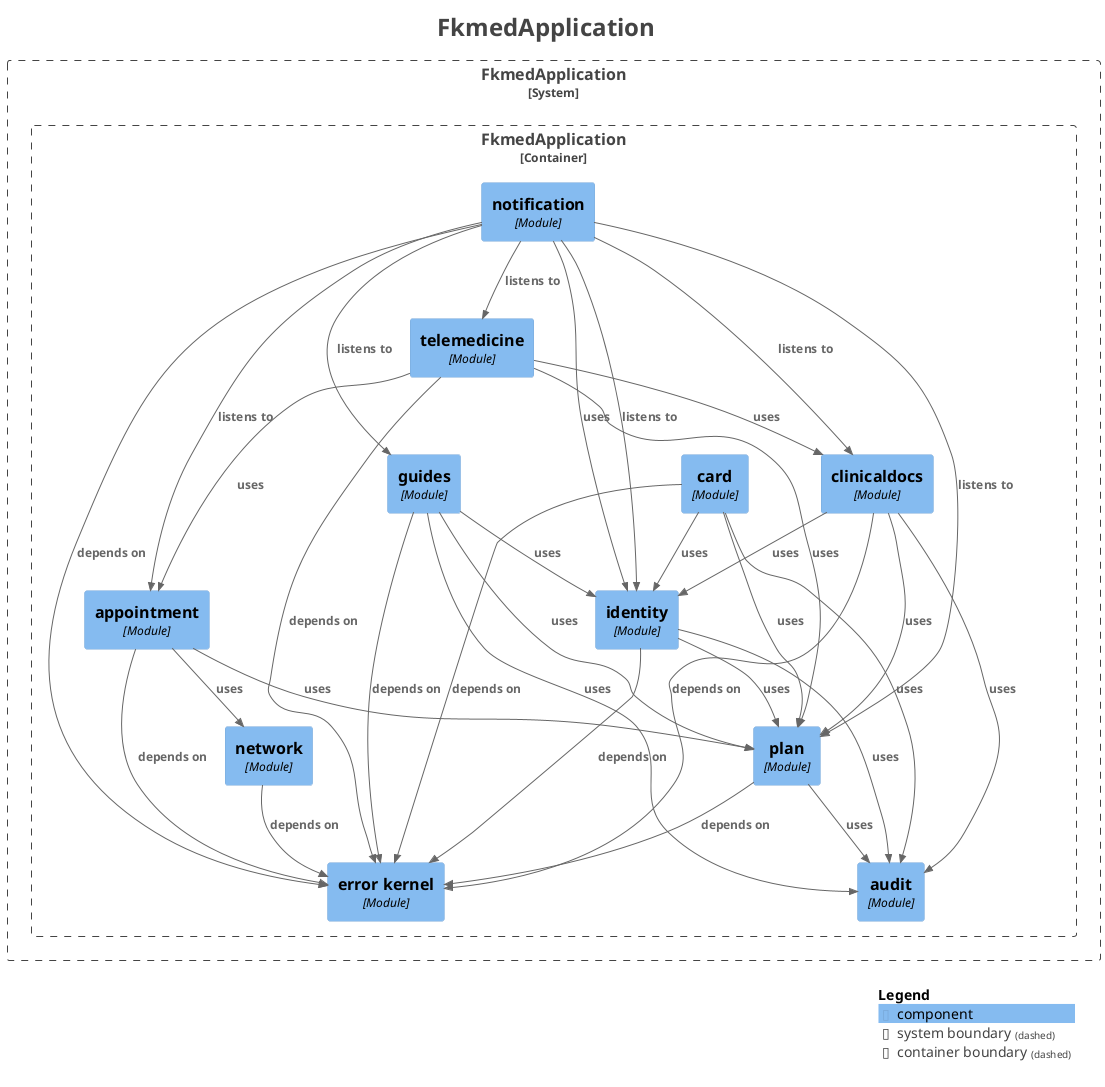
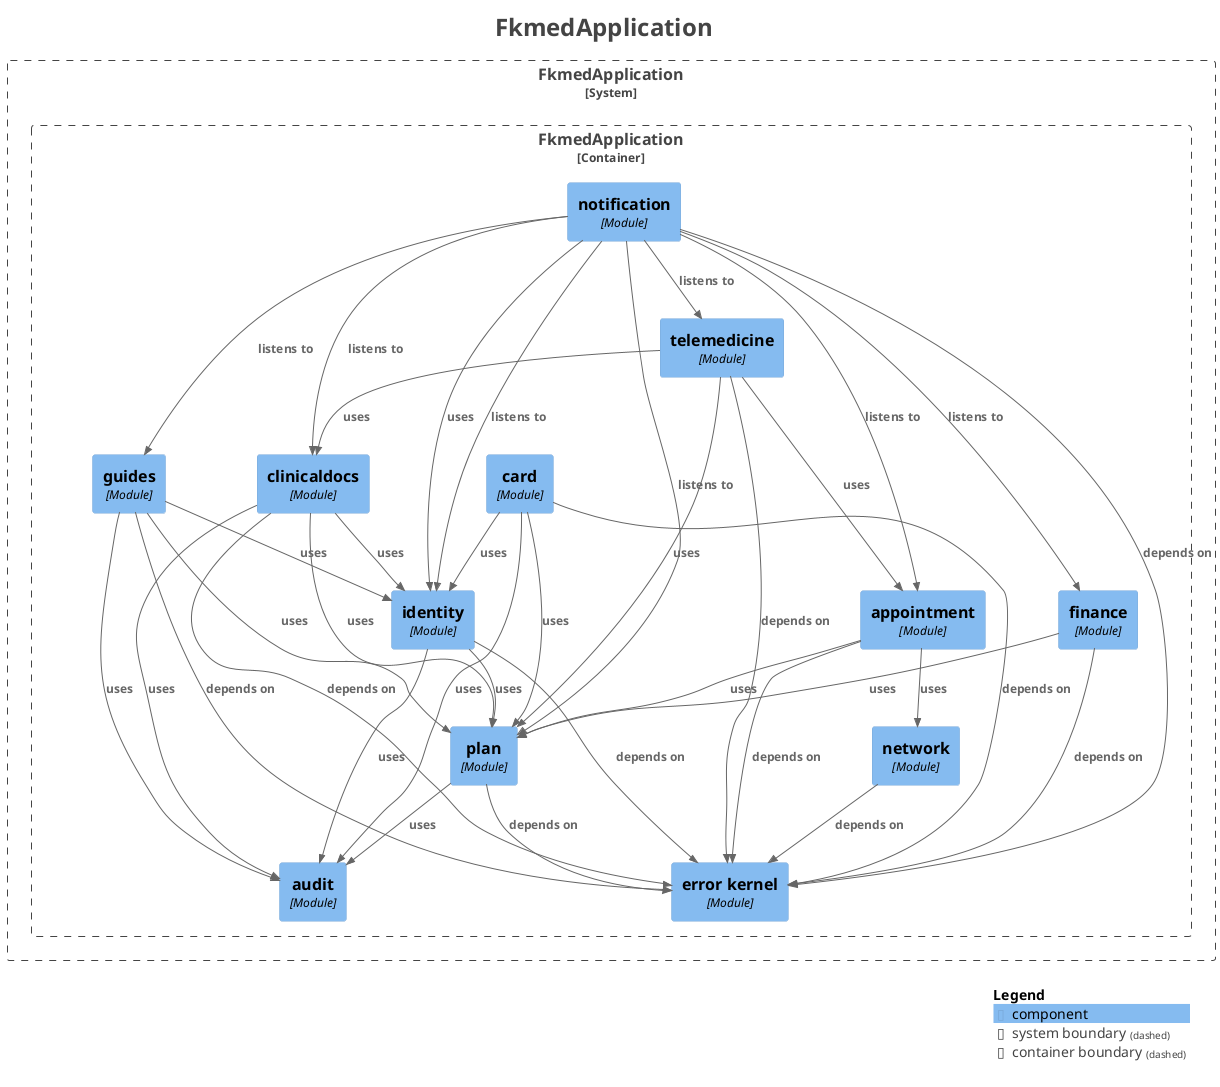
@startuml
title <size:24>FkmedApplication</size>

set separator none
top to bottom direction

<style>
  root {
    BackgroundColor: #ffffff
    FontColor: #444444
  }
</style>

!include <C4/C4>
!include <C4/C4_Context>
!include <C4/C4_Component>

System_Boundary("FkmedApplication_boundary", "FkmedApplication", $tags="") {
  Container_Boundary("FkmedApplication.FkmedApplication_boundary", "FkmedApplication", $tags="") {
+     Component(FkmedApplication.FkmedApplication.identity, "identity", $techn="Module", $descr="", $tags="", $link="")
    Component(FkmedApplication.FkmedApplication.card, "card", $techn="Module", $descr="", $tags="", $link="")
    Component(FkmedApplication.FkmedApplication.clinicaldocs, "clinicaldocs", $techn="Module", $descr="", $tags="", $link="")
    Component(FkmedApplication.FkmedApplication.guides, "guides", $techn="Module", $descr="", $tags="", $link="")
    Component(FkmedApplication.FkmedApplication.telemedicine, "telemedicine", $techn="Module", $descr="", $tags="", $link="")
    Component(FkmedApplication.FkmedApplication.notification, "notification", $techn="Module", $descr="", $tags="", $link="")
    Component(FkmedApplication.FkmedApplication.audit, "audit", $techn="Module", $descr="", $tags="", $link="")
    Component(FkmedApplication.FkmedApplication.errorkernel, "error kernel", $techn="Module", $descr="", $tags="", $link="")
    Component(FkmedApplication.FkmedApplication.network, "network", $techn="Module", $descr="", $tags="", $link="")
    Component(FkmedApplication.FkmedApplication.plan, "plan", $techn="Module", $descr="", $tags="", $link="")
    Component(FkmedApplication.FkmedApplication.appointment, "appointment", $techn="Module", $descr="", $tags="", $link="")
-     Component(FkmedApplication.FkmedApplication.identity, "identity", $techn="Module", $descr="", $tags="", $link="")
+     Component(FkmedApplication.FkmedApplication.finance, "finance", $techn="Module", $descr="", $tags="", $link="")
  }

}

Rel(FkmedApplication.FkmedApplication.appointment, FkmedApplication.FkmedApplication.errorkernel, "depends on", $techn="", $tags="", $link="")
Rel(FkmedApplication.FkmedApplication.appointment, FkmedApplication.FkmedApplication.network, "uses", $techn="", $tags="", $link="")
Rel(FkmedApplication.FkmedApplication.appointment, FkmedApplication.FkmedApplication.plan, "uses", $techn="", $tags="", $link="")
Rel(FkmedApplication.FkmedApplication.card, FkmedApplication.FkmedApplication.audit, "uses", $techn="", $tags="", $link="")
Rel(FkmedApplication.FkmedApplication.card, FkmedApplication.FkmedApplication.errorkernel, "depends on", $techn="", $tags="", $link="")
Rel(FkmedApplication.FkmedApplication.card, FkmedApplication.FkmedApplication.identity, "uses", $techn="", $tags="", $link="")
Rel(FkmedApplication.FkmedApplication.card, FkmedApplication.FkmedApplication.plan, "uses", $techn="", $tags="", $link="")
Rel(FkmedApplication.FkmedApplication.clinicaldocs, FkmedApplication.FkmedApplication.audit, "uses", $techn="", $tags="", $link="")
Rel(FkmedApplication.FkmedApplication.clinicaldocs, FkmedApplication.FkmedApplication.errorkernel, "depends on", $techn="", $tags="", $link="")
Rel(FkmedApplication.FkmedApplication.clinicaldocs, FkmedApplication.FkmedApplication.identity, "uses", $techn="", $tags="", $link="")
Rel(FkmedApplication.FkmedApplication.clinicaldocs, FkmedApplication.FkmedApplication.plan, "uses", $techn="", $tags="", $link="")
+ Rel(FkmedApplication.FkmedApplication.finance, FkmedApplication.FkmedApplication.errorkernel, "depends on", $techn="", $tags="", $link="")
+ Rel(FkmedApplication.FkmedApplication.finance, FkmedApplication.FkmedApplication.plan, "uses", $techn="", $tags="", $link="")
Rel(FkmedApplication.FkmedApplication.guides, FkmedApplication.FkmedApplication.audit, "uses", $techn="", $tags="", $link="")
Rel(FkmedApplication.FkmedApplication.guides, FkmedApplication.FkmedApplication.errorkernel, "depends on", $techn="", $tags="", $link="")
Rel(FkmedApplication.FkmedApplication.guides, FkmedApplication.FkmedApplication.identity, "uses", $techn="", $tags="", $link="")
Rel(FkmedApplication.FkmedApplication.guides, FkmedApplication.FkmedApplication.plan, "uses", $techn="", $tags="", $link="")
Rel(FkmedApplication.FkmedApplication.identity, FkmedApplication.FkmedApplication.audit, "uses", $techn="", $tags="", $link="")
Rel(FkmedApplication.FkmedApplication.identity, FkmedApplication.FkmedApplication.errorkernel, "depends on", $techn="", $tags="", $link="")
Rel(FkmedApplication.FkmedApplication.identity, FkmedApplication.FkmedApplication.plan, "uses", $techn="", $tags="", $link="")
Rel(FkmedApplication.FkmedApplication.network, FkmedApplication.FkmedApplication.errorkernel, "depends on", $techn="", $tags="", $link="")
Rel(FkmedApplication.FkmedApplication.notification, FkmedApplication.FkmedApplication.appointment, "listens to", $techn="", $tags="", $link="")
Rel(FkmedApplication.FkmedApplication.notification, FkmedApplication.FkmedApplication.clinicaldocs, "listens to", $techn="", $tags="", $link="")
Rel(FkmedApplication.FkmedApplication.notification, FkmedApplication.FkmedApplication.errorkernel, "depends on", $techn="", $tags="", $link="")
+ Rel(FkmedApplication.FkmedApplication.notification, FkmedApplication.FkmedApplication.finance, "listens to", $techn="", $tags="", $link="")
Rel(FkmedApplication.FkmedApplication.notification, FkmedApplication.FkmedApplication.guides, "listens to", $techn="", $tags="", $link="")
Rel(FkmedApplication.FkmedApplication.notification, FkmedApplication.FkmedApplication.identity, "listens to", $techn="", $tags="", $link="")
Rel(FkmedApplication.FkmedApplication.notification, FkmedApplication.FkmedApplication.identity, "uses", $techn="", $tags="", $link="")
Rel(FkmedApplication.FkmedApplication.notification, FkmedApplication.FkmedApplication.plan, "listens to", $techn="", $tags="", $link="")
Rel(FkmedApplication.FkmedApplication.notification, FkmedApplication.FkmedApplication.telemedicine, "listens to", $techn="", $tags="", $link="")
Rel(FkmedApplication.FkmedApplication.plan, FkmedApplication.FkmedApplication.audit, "uses", $techn="", $tags="", $link="")
Rel(FkmedApplication.FkmedApplication.plan, FkmedApplication.FkmedApplication.errorkernel, "depends on", $techn="", $tags="", $link="")
Rel(FkmedApplication.FkmedApplication.telemedicine, FkmedApplication.FkmedApplication.appointment, "uses", $techn="", $tags="", $link="")
Rel(FkmedApplication.FkmedApplication.telemedicine, FkmedApplication.FkmedApplication.clinicaldocs, "uses", $techn="", $tags="", $link="")
Rel(FkmedApplication.FkmedApplication.telemedicine, FkmedApplication.FkmedApplication.errorkernel, "depends on", $techn="", $tags="", $link="")
Rel(FkmedApplication.FkmedApplication.telemedicine, FkmedApplication.FkmedApplication.plan, "uses", $techn="", $tags="", $link="")

SHOW_LEGEND(true)
hide stereotypes
@enduml